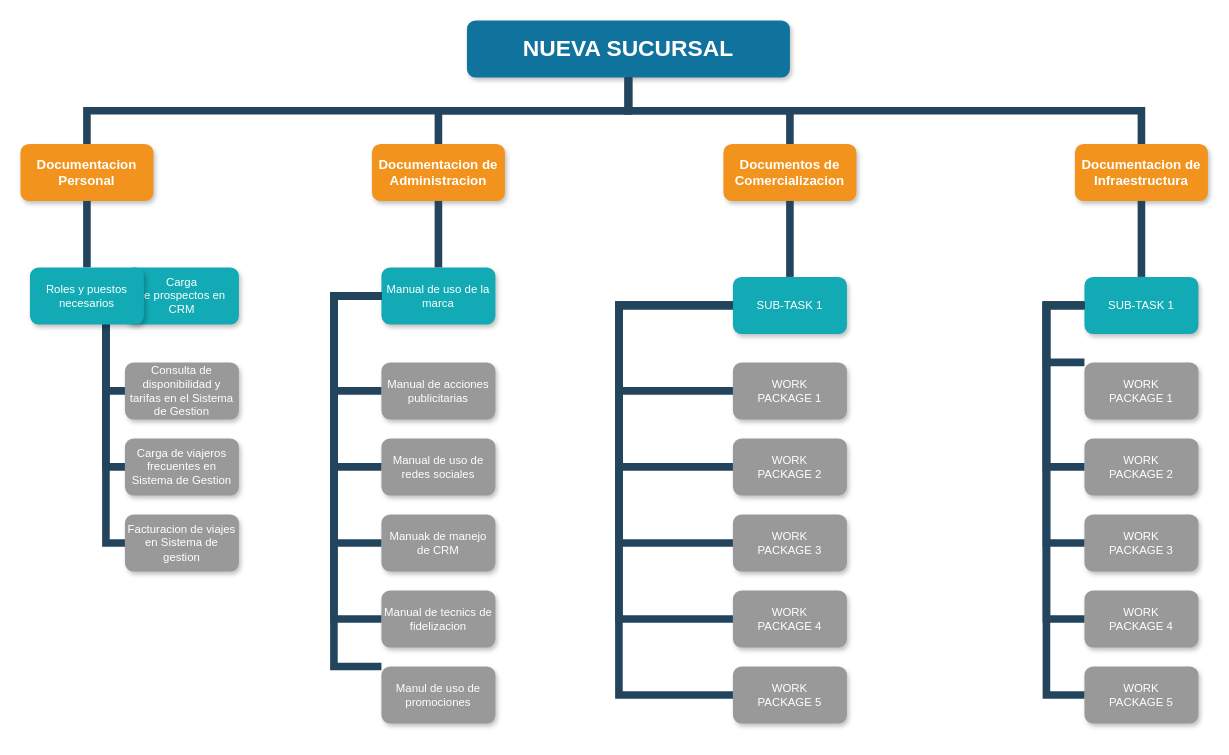
This is Untitled Diagram.drawio from spawn1978/teclab, a draw.io file, before an edit. Source tidied: cells renumbered, new cells numbered last; positions are measured from the earlier drawing's top-left corner, leaving out a move shared by most shapes. Both pictures are drawn from the tidied source at 95%, with x=0, y=0 at pixel (20, 20).
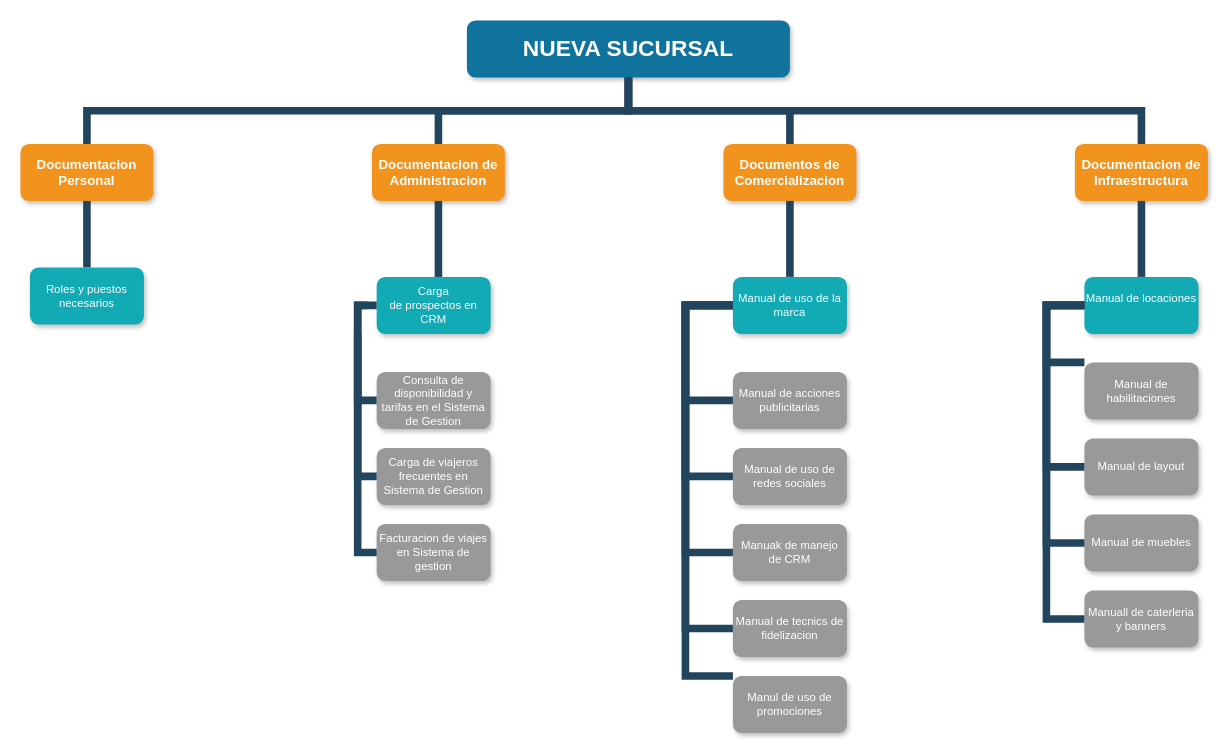
The same diagram, later.

Commit message:
Update nueva sucursal

The change refers to these unchanged cells:
```xml
<mxCell id="4" value="Documentacion de Administracion" style="whiteSpace=wrap;rounded=1;fillColor=#F2931E;strokeColor=none;shadow=1;fontColor=#FFFFFF;fontStyle=1;fontSize=14;" parent="1" vertex="1">
  <mxGeometry x="370" y="130" width="140" height="60" as="geometry" />
</mxCell>
<mxCell id="5" value="Documentos de Comercializacion" style="whiteSpace=wrap;rounded=1;fillColor=#F2931E;strokeColor=none;shadow=1;fontColor=#FFFFFF;fontStyle=1;fontSize=14;" parent="1" vertex="1">
  <mxGeometry x="740" y="130" width="140" height="60" as="geometry" />
</mxCell>
<mxCell id="55" value="Roles y puestos necesarios" style="whiteSpace=wrap;rounded=1;fillColor=#12AAB5;strokeColor=none;shadow=1;fontColor=#FFFFFF;" parent="1" vertex="1">
  <mxGeometry x="10" y="260" width="120" height="60" as="geometry" />
</mxCell>
```

Diff of the diagram source:
```diff
@@
     <mxCell id="7" value="Carga &#10;de prospectos en CRM" style="whiteSpace=wrap;rounded=1;fillColor=#12AAB5;strokeColor=none;shadow=1;fontColor=#FFFFFF;" parent="1" vertex="1">
-      <mxGeometry x="110" y="260" width="120" height="60" as="geometry" />
+      <mxGeometry x="375" y="270" width="120" height="60" as="geometry" />
     </mxCell>
     <mxCell id="8" value="Consulta de disponibilidad y tarifas en el Sistema de Gestion" style="whiteSpace=wrap;rounded=1;fillColor=#999999;strokeColor=none;shadow=1;fontColor=#FFFFFF;fontStyle=0;" parent="1" vertex="1">
-      <mxGeometry x="110" y="360" width="120" height="60" as="geometry" />
+      <mxGeometry x="375" y="370" width="120" height="60" as="geometry" />
     </mxCell>
     <mxCell id="9" value="Carga de viajeros frecuentes en Sistema de Gestion" style="whiteSpace=wrap;rounded=1;fillColor=#999999;strokeColor=none;shadow=1;fontColor=#FFFFFF;fontStyle=0;" parent="1" vertex="1">
-      <mxGeometry x="110" y="440" width="120" height="60" as="geometry" />
+      <mxGeometry x="375" y="450" width="120" height="60" as="geometry" />
     </mxCell>
     <mxCell id="10" value="Facturacion de viajes en Sistema de gestion" style="whiteSpace=wrap;rounded=1;fillColor=#999999;strokeColor=none;shadow=1;fontColor=#FFFFFF;fontStyle=0;" parent="1" vertex="1">
-      <mxGeometry x="110" y="520" width="120" height="60" as="geometry" />
+      <mxGeometry x="375" y="530" width="120" height="60" as="geometry" />
     </mxCell>
     <mxCell id="11" value="Manual de uso de la marca" style="whiteSpace=wrap;rounded=1;fillColor=#12AAB5;strokeColor=none;shadow=1;fontColor=#FFFFFF;" parent="1" vertex="1">
-      <mxGeometry x="380" y="260" width="120" height="60" as="geometry" />
+      <mxGeometry x="750" y="270" width="120" height="60" as="geometry" />
     </mxCell>
     <mxCell id="12" value="Manual de acciones publicitarias" style="whiteSpace=wrap;rounded=1;fillColor=#999999;strokeColor=none;shadow=1;fontColor=#FFFFFF;fontStyle=0;" parent="1" vertex="1">
-      <mxGeometry x="380" y="360" width="120" height="60" as="geometry" />
+      <mxGeometry x="750" y="370" width="120" height="60" as="geometry" />
     </mxCell>
     <mxCell id="13" value="Manual de uso de redes sociales" style="whiteSpace=wrap;rounded=1;fillColor=#999999;strokeColor=none;shadow=1;fontColor=#FFFFFF;fontStyle=0;" parent="1" vertex="1">
-      <mxGeometry x="380" y="440" width="120" height="60" as="geometry" />
+      <mxGeometry x="750" y="450" width="120" height="60" as="geometry" />
     </mxCell>
     <mxCell id="14" value="Manuak de manejo de CRM" style="whiteSpace=wrap;rounded=1;fillColor=#999999;strokeColor=none;shadow=1;fontColor=#FFFFFF;fontStyle=0;" parent="1" vertex="1">
-      <mxGeometry x="380" y="520" width="120" height="60" as="geometry" />
+      <mxGeometry x="750" y="530" width="120" height="60" as="geometry" />
     </mxCell>
     <mxCell id="15" value="Manual de tecnics de fidelizacion" style="whiteSpace=wrap;rounded=1;fillColor=#999999;strokeColor=none;shadow=1;fontColor=#FFFFFF;fontStyle=0;" parent="1" vertex="1">
-      <mxGeometry x="380" y="600" width="120" height="60" as="geometry" />
+      <mxGeometry x="750" y="610" width="120" height="60" as="geometry" />
     </mxCell>
     <mxCell id="16" value="Manul de uso de promociones" style="whiteSpace=wrap;rounded=1;fillColor=#999999;strokeColor=none;shadow=1;fontColor=#FFFFFF;fontStyle=0;" parent="1" vertex="1">
-      <mxGeometry x="380" y="680" width="120" height="60" as="geometry" />
+      <mxGeometry x="750" y="690" width="120" height="60" as="geometry" />
     </mxCell>
@@
     <mxCell id="18" style="edgeStyle=elbowEdgeStyle;elbow=horizontal;rounded=0;fontColor=#000000;endArrow=none;endFill=0;strokeWidth=8;strokeColor=#23445D;" parent="1" edge="1" target="8">
       <mxGeometry relative="1" as="geometry">
-        <mxPoint x="100" y="290" as="sourcePoint" />
+        <mxPoint x="365" y="300" as="sourcePoint" />
         <Array as="points">
-          <mxPoint x="90" y="340" />
+          <mxPoint x="355" y="350" />
         </Array>
       </mxGeometry>
     </mxCell>
     <mxCell id="19" style="edgeStyle=elbowEdgeStyle;elbow=horizontal;rounded=0;fontColor=#000000;endArrow=none;endFill=0;strokeWidth=8;strokeColor=#23445D;" parent="1" edge="1" source="7" target="9">
       <mxGeometry relative="1" as="geometry">
         <Array as="points">
-          <mxPoint x="90" y="380" />
+          <mxPoint x="355" y="390" />
         </Array>
       </mxGeometry>
     </mxCell>
-    <mxCell id="20" style="edgeStyle=elbowEdgeStyle;elbow=horizontal;rounded=0;fontColor=#000000;endArrow=none;endFill=0;strokeWidth=8;strokeColor=#23445D;" parent="1" edge="1" source="55" target="10">
+    <mxCell id="20" style="edgeStyle=elbowEdgeStyle;elbow=horizontal;rounded=0;fontColor=#000000;endArrow=none;endFill=0;strokeWidth=8;strokeColor=#23445D;" parent="1" edge="1" target="10">
       <mxGeometry relative="1" as="geometry">
+        <mxPoint x="355" y="330" as="sourcePoint" />
         <Array as="points">
-          <mxPoint x="90" y="420" />
+          <mxPoint x="355" y="430" />
         </Array>
       </mxGeometry>
     </mxCell>
-    <mxCell id="21" style="edgeStyle=elbowEdgeStyle;elbow=vertical;rounded=0;fontColor=#000000;endArrow=none;endFill=0;strokeWidth=8;strokeColor=#23445D;" parent="1" edge="1" source="4" target="11">
-      <mxGeometry relative="1" as="geometry" />
+    <mxCell id="21" style="edgeStyle=elbowEdgeStyle;elbow=vertical;rounded=0;fontColor=#000000;endArrow=none;endFill=0;strokeWidth=8;strokeColor=#23445D;" parent="1" edge="1" source="4">
+      <mxGeometry relative="1" as="geometry">
+        <mxPoint x="440" y="270" as="targetPoint" />
+      </mxGeometry>
     </mxCell>
     <mxCell id="22" style="edgeStyle=elbowEdgeStyle;elbow=horizontal;rounded=0;fontColor=#000000;endArrow=none;endFill=0;strokeWidth=8;strokeColor=#23445D;" parent="1" edge="1" source="11" target="12">
       <mxGeometry relative="1" as="geometry">
         <Array as="points">
-          <mxPoint x="330" y="330" />
-          <mxPoint x="260" y="340" />
+          <mxPoint x="700" y="340" />
+          <mxPoint x="630" y="350" />
         </Array>
       </mxGeometry>
     </mxCell>
     <mxCell id="23" style="edgeStyle=elbowEdgeStyle;elbow=horizontal;rounded=0;fontColor=#000000;endArrow=none;endFill=0;strokeWidth=8;strokeColor=#23445D;" parent="1" edge="1" source="11" target="13">
       <mxGeometry relative="1" as="geometry">
         <Array as="points">
-          <mxPoint x="330" y="360" />
-          <mxPoint x="260" y="380" />
+          <mxPoint x="700" y="370" />
+          <mxPoint x="630" y="390" />
         </Array>
       </mxGeometry>
     </mxCell>
     <mxCell id="24" style="edgeStyle=elbowEdgeStyle;elbow=horizontal;rounded=0;fontColor=#000000;endArrow=none;endFill=0;strokeWidth=8;strokeColor=#23445D;" parent="1" edge="1" source="11" target="16">
       <mxGeometry relative="1" as="geometry">
         <Array as="points">
-          <mxPoint x="330" y="680" />
-          <mxPoint x="260" y="510" />
+          <mxPoint x="700" y="690" />
+          <mxPoint x="630" y="520" />
         </Array>
       </mxGeometry>
     </mxCell>
     <mxCell id="25" style="edgeStyle=elbowEdgeStyle;elbow=horizontal;rounded=0;fontColor=#000000;endArrow=none;endFill=0;strokeWidth=8;strokeColor=#23445D;" parent="1" edge="1" source="11" target="15">
       <mxGeometry relative="1" as="geometry">
         <Array as="points">
-          <mxPoint x="330" y="630" />
-          <mxPoint x="260" y="460" />
+          <mxPoint x="700" y="640" />
+          <mxPoint x="630" y="470" />
         </Array>
       </mxGeometry>
     </mxCell>
     <mxCell id="26" style="edgeStyle=elbowEdgeStyle;elbow=horizontal;rounded=0;fontColor=#000000;endArrow=none;endFill=0;strokeWidth=8;strokeColor=#23445D;" parent="1" edge="1" source="11" target="14">
       <mxGeometry relative="1" as="geometry">
         <Array as="points">
-          <mxPoint x="330" y="510" />
-          <mxPoint x="260" y="430" />
+          <mxPoint x="700" y="520" />
+          <mxPoint x="630" y="440" />
         </Array>
       </mxGeometry>
     </mxCell>
-    <mxCell id="27" value="SUB-TASK 1" style="whiteSpace=wrap;rounded=1;fillColor=#12AAB5;strokeColor=none;shadow=1;fontColor=#FFFFFF;" parent="1" vertex="1">
-      <mxGeometry x="750" y="270" width="120" height="60" as="geometry" />
-    </mxCell>
-    <mxCell id="28" value="WORK&#10;PACKAGE 1" style="whiteSpace=wrap;rounded=1;fillColor=#999999;strokeColor=none;shadow=1;fontColor=#FFFFFF;fontStyle=0;" parent="1" vertex="1">
-      <mxGeometry x="750" y="360" width="120" height="60" as="geometry" />
-    </mxCell>
-    <mxCell id="29" value="WORK&#10;PACKAGE 2" style="whiteSpace=wrap;rounded=1;fillColor=#999999;strokeColor=none;shadow=1;fontColor=#FFFFFF;fontStyle=0;" parent="1" vertex="1">
-      <mxGeometry x="750" y="440" width="120" height="60" as="geometry" />
-    </mxCell>
-    <mxCell id="30" value="WORK&#10;PACKAGE 3" style="whiteSpace=wrap;rounded=1;fillColor=#999999;strokeColor=none;shadow=1;fontColor=#FFFFFF;fontStyle=0;" parent="1" vertex="1">
-      <mxGeometry x="750" y="520" width="120" height="60" as="geometry" />
-    </mxCell>
-    <mxCell id="31" value="WORK&#10;PACKAGE 4" style="whiteSpace=wrap;rounded=1;fillColor=#999999;strokeColor=none;shadow=1;fontColor=#FFFFFF;fontStyle=0;" parent="1" vertex="1">
-      <mxGeometry x="750" y="600" width="120" height="60" as="geometry" />
-    </mxCell>
-    <mxCell id="32" value="WORK&#10;PACKAGE 5" style="whiteSpace=wrap;rounded=1;fillColor=#999999;strokeColor=none;shadow=1;fontColor=#FFFFFF;fontStyle=0;" parent="1" vertex="1">
-      <mxGeometry x="750" y="680" width="120" height="60" as="geometry" />
-    </mxCell>
-    <mxCell id="33" style="edgeStyle=elbowEdgeStyle;elbow=horizontal;rounded=0;fontColor=#000000;endArrow=none;endFill=0;strokeWidth=8;strokeColor=#23445D;" parent="1" edge="1" source="27" target="28">
-      <mxGeometry relative="1" as="geometry">
-        <Array as="points">
-          <mxPoint x="630" y="340" />
-        </Array>
-      </mxGeometry>
-    </mxCell>
-    <mxCell id="34" style="edgeStyle=elbowEdgeStyle;elbow=horizontal;rounded=0;fontColor=#000000;endArrow=none;endFill=0;strokeWidth=8;strokeColor=#23445D;" parent="1" edge="1" source="27" target="29">
-      <mxGeometry relative="1" as="geometry">
-        <Array as="points">
-          <mxPoint x="630" y="380" />
-        </Array>
-      </mxGeometry>
-    </mxCell>
-    <mxCell id="35" style="edgeStyle=elbowEdgeStyle;elbow=horizontal;rounded=0;fontColor=#000000;endArrow=none;endFill=0;strokeWidth=8;strokeColor=#23445D;" parent="1" edge="1" source="27" target="32">
-      <mxGeometry relative="1" as="geometry">
-        <Array as="points">
-          <mxPoint x="630" y="510" />
-        </Array>
-      </mxGeometry>
-    </mxCell>
-    <mxCell id="36" style="edgeStyle=elbowEdgeStyle;elbow=horizontal;rounded=0;fontColor=#000000;endArrow=none;endFill=0;strokeWidth=8;strokeColor=#23445D;" parent="1" edge="1" source="27" target="31">
-      <mxGeometry relative="1" as="geometry">
-        <Array as="points">
-          <mxPoint x="630" y="460" />
-        </Array>
-      </mxGeometry>
-    </mxCell>
-    <mxCell id="37" style="edgeStyle=elbowEdgeStyle;elbow=horizontal;rounded=0;fontColor=#000000;endArrow=none;endFill=0;strokeWidth=8;strokeColor=#23445D;" parent="1" edge="1" source="27" target="30">
-      <mxGeometry relative="1" as="geometry">
-        <Array as="points">
-          <mxPoint x="630" y="430" />
-        </Array>
-      </mxGeometry>
-    </mxCell>
-    <mxCell id="38" value="SUB-TASK 1" style="whiteSpace=wrap;rounded=1;fillColor=#12AAB5;strokeColor=none;shadow=1;fontColor=#FFFFFF;" parent="1" vertex="1">
+    <mxCell id="38" value="Manual de locaciones&#10;" style="whiteSpace=wrap;rounded=1;fillColor=#12AAB5;strokeColor=none;shadow=1;fontColor=#FFFFFF;" parent="1" vertex="1">
       <mxGeometry x="1120" y="270" width="120" height="60" as="geometry" />
     </mxCell>
-    <mxCell id="39" value="WORK&#10;PACKAGE 1" style="whiteSpace=wrap;rounded=1;fillColor=#999999;strokeColor=none;shadow=1;fontColor=#FFFFFF;fontStyle=0;" parent="1" vertex="1">
+    <mxCell id="39" value="Manual de habilitaciones" style="whiteSpace=wrap;rounded=1;fillColor=#999999;strokeColor=none;shadow=1;fontColor=#FFFFFF;fontStyle=0;" parent="1" vertex="1">
       <mxGeometry x="1120" y="360" width="120" height="60" as="geometry" />
     </mxCell>
-    <mxCell id="40" value="WORK&#10;PACKAGE 2" style="whiteSpace=wrap;rounded=1;fillColor=#999999;strokeColor=none;shadow=1;fontColor=#FFFFFF;fontStyle=0;" parent="1" vertex="1">
+    <mxCell id="40" value="Manual de layout" style="whiteSpace=wrap;rounded=1;fillColor=#999999;strokeColor=none;shadow=1;fontColor=#FFFFFF;fontStyle=0;" parent="1" vertex="1">
       <mxGeometry x="1120" y="440" width="120" height="60" as="geometry" />
     </mxCell>
-    <mxCell id="41" value="WORK&#10;PACKAGE 3" style="whiteSpace=wrap;rounded=1;fillColor=#999999;strokeColor=none;shadow=1;fontColor=#FFFFFF;fontStyle=0;" parent="1" vertex="1">
+    <mxCell id="41" value="Manual de muebles" style="whiteSpace=wrap;rounded=1;fillColor=#999999;strokeColor=none;shadow=1;fontColor=#FFFFFF;fontStyle=0;" parent="1" vertex="1">
       <mxGeometry x="1120" y="520" width="120" height="60" as="geometry" />
     </mxCell>
-    <mxCell id="42" value="WORK&#10;PACKAGE 4" style="whiteSpace=wrap;rounded=1;fillColor=#999999;strokeColor=none;shadow=1;fontColor=#FFFFFF;fontStyle=0;" parent="1" vertex="1">
+    <mxCell id="42" value="Manuall de caterleria y banners" style="whiteSpace=wrap;rounded=1;fillColor=#999999;strokeColor=none;shadow=1;fontColor=#FFFFFF;fontStyle=0;" parent="1" vertex="1">
       <mxGeometry x="1120" y="600" width="120" height="60" as="geometry" />
     </mxCell>
-    <mxCell id="43" value="WORK&#10;PACKAGE 5" style="whiteSpace=wrap;rounded=1;fillColor=#999999;strokeColor=none;shadow=1;fontColor=#FFFFFF;fontStyle=0;" parent="1" vertex="1">
-      <mxGeometry x="1120" y="680" width="120" height="60" as="geometry" />
-    </mxCell>
@@
-    <mxCell id="46" style="edgeStyle=elbowEdgeStyle;elbow=horizontal;rounded=0;fontColor=#000000;endArrow=none;endFill=0;strokeWidth=8;strokeColor=#23445D;" parent="1" edge="1" source="38" target="43">
-      <mxGeometry relative="1" as="geometry">
-        <Array as="points">
-          <mxPoint x="1080" y="670" />
-          <mxPoint x="1070" y="350" />
-          <mxPoint x="1000" y="510" />
-        </Array>
-      </mxGeometry>
-    </mxCell>
@@
-    <mxCell id="49" style="edgeStyle=elbowEdgeStyle;elbow=vertical;rounded=0;fontColor=#000000;endArrow=none;endFill=0;strokeWidth=8;strokeColor=#23445D;" parent="1" edge="1" source="5" target="27">
-      <mxGeometry relative="1" as="geometry" />
+    <mxCell id="49" style="edgeStyle=elbowEdgeStyle;elbow=vertical;rounded=0;fontColor=#000000;endArrow=none;endFill=0;strokeWidth=8;strokeColor=#23445D;" parent="1" edge="1" source="5">
+      <mxGeometry relative="1" as="geometry">
+        <mxPoint x="810" y="270" as="targetPoint" />
+      </mxGeometry>
     </mxCell>
@@
-    <mxCell id="56" style="edgeStyle=elbowEdgeStyle;elbow=horizontal;rounded=0;fontColor=#000000;endArrow=none;endFill=0;strokeWidth=8;strokeColor=#23445D;" parent="1" edge="1" source="7" target="55">
-      <mxGeometry relative="1" as="geometry" />
+    <mxCell id="56" style="edgeStyle=elbowEdgeStyle;elbow=horizontal;rounded=0;fontColor=#000000;endArrow=none;endFill=0;strokeWidth=8;strokeColor=#23445D;" parent="1" edge="1" source="7">
+      <mxGeometry relative="1" as="geometry">
+        <mxPoint x="385" y="300" as="targetPoint" />
+      </mxGeometry>
     </mxCell>
```
